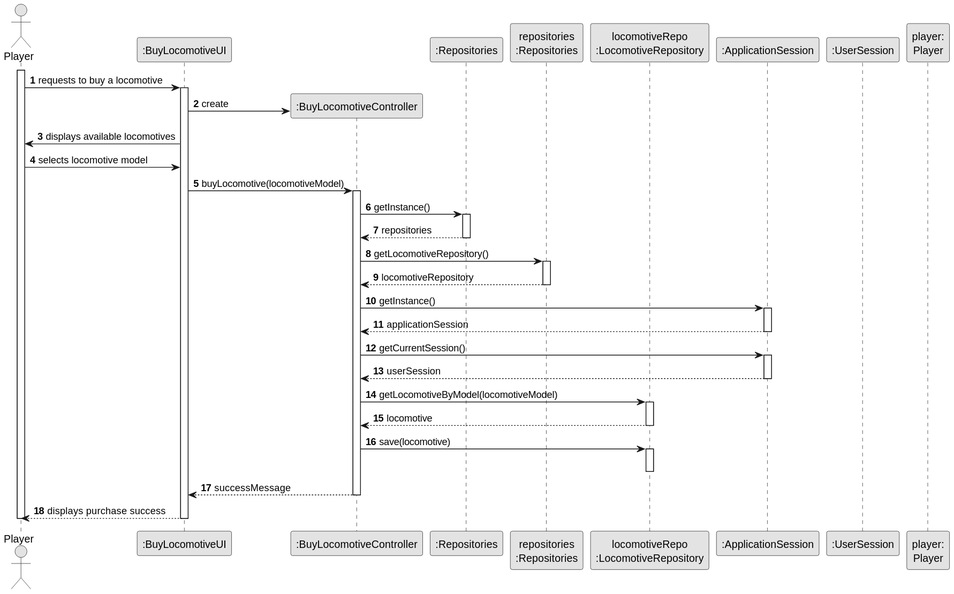
Above: docs/sprint2/us009/03.design/svg/us009-sequence-diagram-full.svg in ivasduarte/all-aboard (PlantUML), before the change.
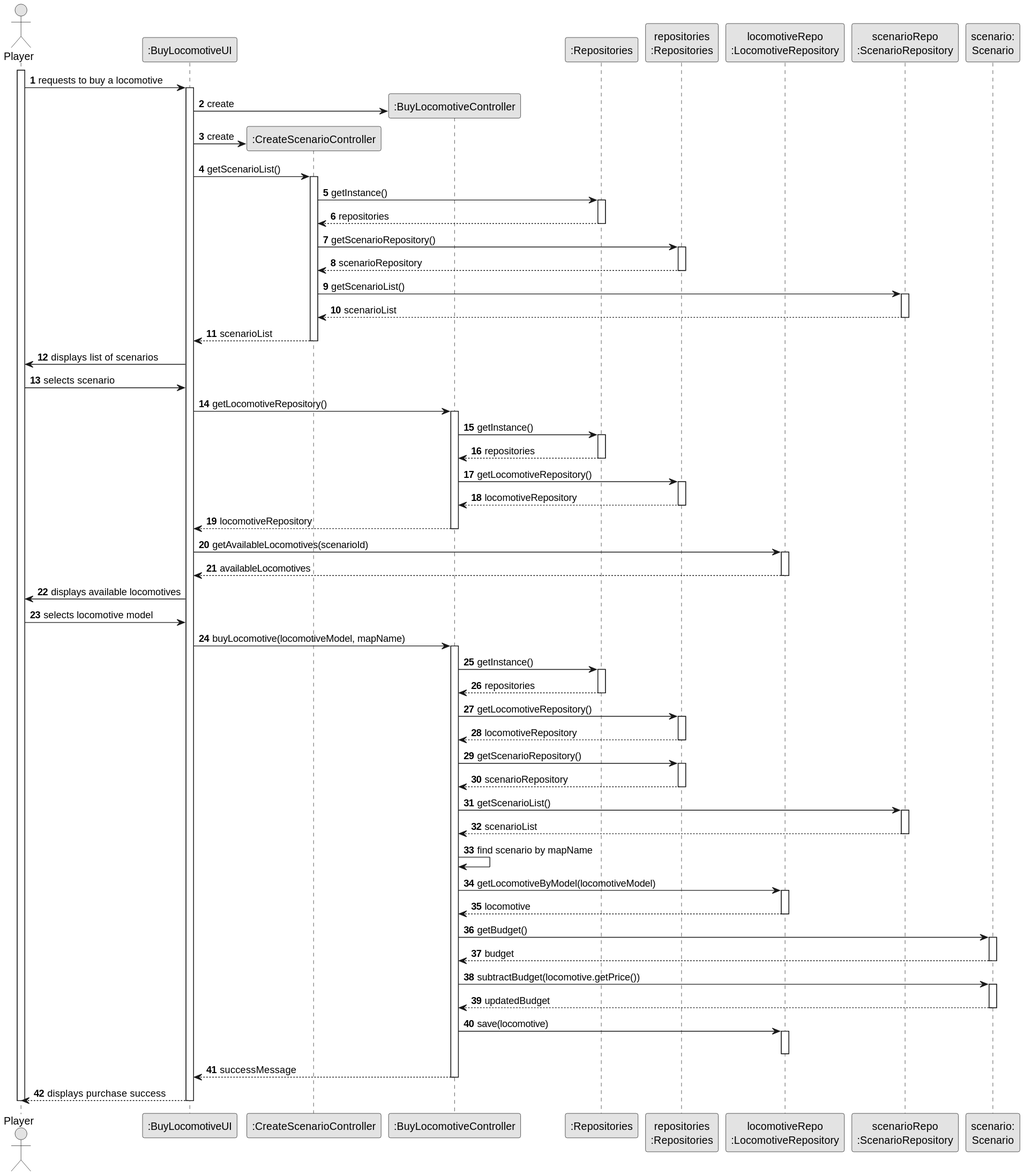
After the change.

Change to the diagram source:
```diff
@@ -7,13 +7,13 @@
 
 actor "Player" as Player
 participant ":BuyLocomotiveUI" as UI
+participant ":CreateScenarioController" as ScenarioCtrl
 participant ":BuyLocomotiveController" as CTRL
 participant ":Repositories" as reps
 participant "repositories\n:Repositories" as PLAT
 participant "locomotiveRepo\n:LocomotiveRepository" as LocomotiveRepo
-participant ":ApplicationSession" as AppSession
-participant ":UserSession" as UserSession
-participant "player:\nPlayer" as PlayerObj
+participant "scenarioRepo\n:ScenarioRepository" as ScenarioRepo
+participant "scenario:\nScenario" as ScenarioObj
 
 activate Player
 
@@ -21,11 +21,54 @@
 
 activate UI
 UI -> CTRL** : create
+UI -> ScenarioCtrl** : create
+
+UI -> ScenarioCtrl : getScenarioList()
+activate ScenarioCtrl
+ScenarioCtrl -> reps : getInstance()
+activate reps
+reps --> ScenarioCtrl : repositories
+deactivate reps
+
+ScenarioCtrl -> PLAT : getScenarioRepository()
+activate PLAT
+PLAT --> ScenarioCtrl : scenarioRepository
+deactivate PLAT
+
+ScenarioCtrl -> ScenarioRepo : getScenarioList()
+activate ScenarioRepo
+ScenarioRepo --> ScenarioCtrl : scenarioList
+deactivate ScenarioRepo
+
+ScenarioCtrl --> UI : scenarioList
+deactivate ScenarioCtrl
+
+UI -> Player : displays list of scenarios
+Player -> UI : selects scenario
+
+UI -> CTRL : getLocomotiveRepository()
+activate CTRL
+CTRL -> reps : getInstance()
+activate reps
+reps --> CTRL : repositories
+deactivate reps
+
+CTRL -> PLAT : getLocomotiveRepository()
+activate PLAT
+PLAT --> CTRL : locomotiveRepository
+deactivate PLAT
+CTRL --> UI : locomotiveRepository
+deactivate CTRL
+
+UI -> LocomotiveRepo : getAvailableLocomotives(scenarioId)
+activate LocomotiveRepo
+LocomotiveRepo --> UI : availableLocomotives
+deactivate LocomotiveRepo
 
 UI -> Player : displays available locomotives
 Player -> UI : selects locomotive model
-UI -> CTRL : buyLocomotive(locomotiveModel)
 
+UI -> CTRL : buyLocomotive(locomotiveModel, mapName)
 activate CTRL
 
 CTRL -> reps : getInstance()
@@ -38,20 +81,32 @@
 PLAT --> CTRL : locomotiveRepository
 deactivate PLAT
 
-CTRL -> AppSession : getInstance()
-activate AppSession
-AppSession --> CTRL : applicationSession
-deactivate AppSession
+CTRL -> PLAT : getScenarioRepository()
+activate PLAT
+PLAT --> CTRL : scenarioRepository
+deactivate PLAT
 
-CTRL -> AppSession : getCurrentSession()
-activate AppSession
-AppSession --> CTRL : userSession
-deactivate AppSession
+CTRL -> ScenarioRepo : getScenarioList()
+activate ScenarioRepo
+ScenarioRepo --> CTRL : scenarioList
+deactivate ScenarioRepo
+
+CTRL -> CTRL : find scenario by mapName
 
 CTRL -> LocomotiveRepo : getLocomotiveByModel(locomotiveModel)
 activate LocomotiveRepo
 LocomotiveRepo --> CTRL : locomotive
 deactivate LocomotiveRepo
+
+CTRL -> ScenarioObj : getBudget()
+activate ScenarioObj
+ScenarioObj --> CTRL : budget
+deactivate ScenarioObj
+
+CTRL -> ScenarioObj : subtractBudget(locomotive.getPrice())
+activate ScenarioObj
+ScenarioObj --> CTRL : updatedBudget
+deactivate ScenarioObj
 
 CTRL -> LocomotiveRepo : save(locomotive)
 activate LocomotiveRepo
```
